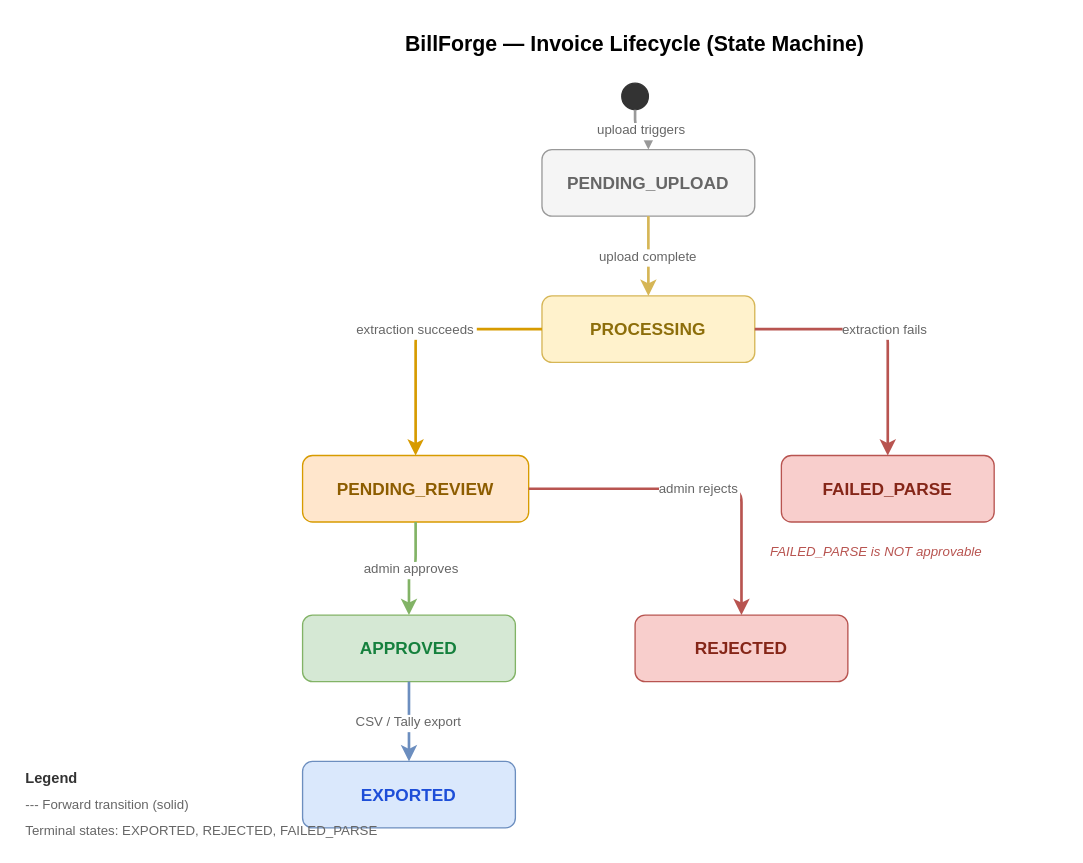
Earlier version of the draw.io diagram docs/images/invoice-lifecycle.drawio (abhimanyusingh-gh/BillForge). Source tidied: cells renumbered, new cells numbered last; positions are measured from the earlier drawing's top-left corner, leaving out a move shared by most shapes. Both pictures are drawn from the tidied source at 133%, with x=0, y=0 at pixel (23, 23).
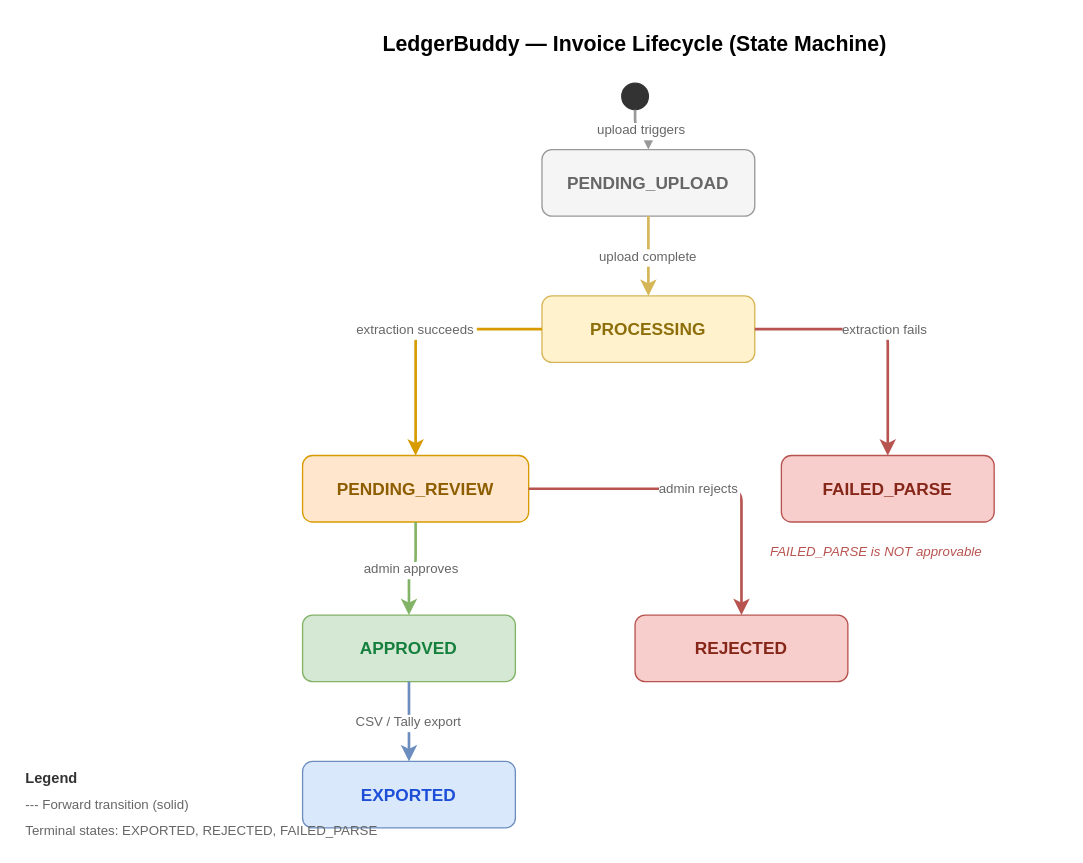
The same page after the edit.

Diff of the diagram source:
```diff
@@
-    <mxCell id="2" value="BillForge — Invoice Lifecycle (State Machine)" style="text;html=1;fontSize=16;fontStyle=1;align=center;verticalAlign=middle;whiteSpace=wrap;strokeColor=none;fillColor=none;" parent="1" vertex="1">
+    <mxCell id="2" value="LedgerBuddy — Invoice Lifecycle (State Machine)" style="text;html=1;fontSize=16;fontStyle=1;align=center;verticalAlign=middle;whiteSpace=wrap;strokeColor=none;fillColor=none;" parent="1" vertex="1">
       <mxGeometry x="260" width="400" height="30" as="geometry" />
     </mxCell>
```
